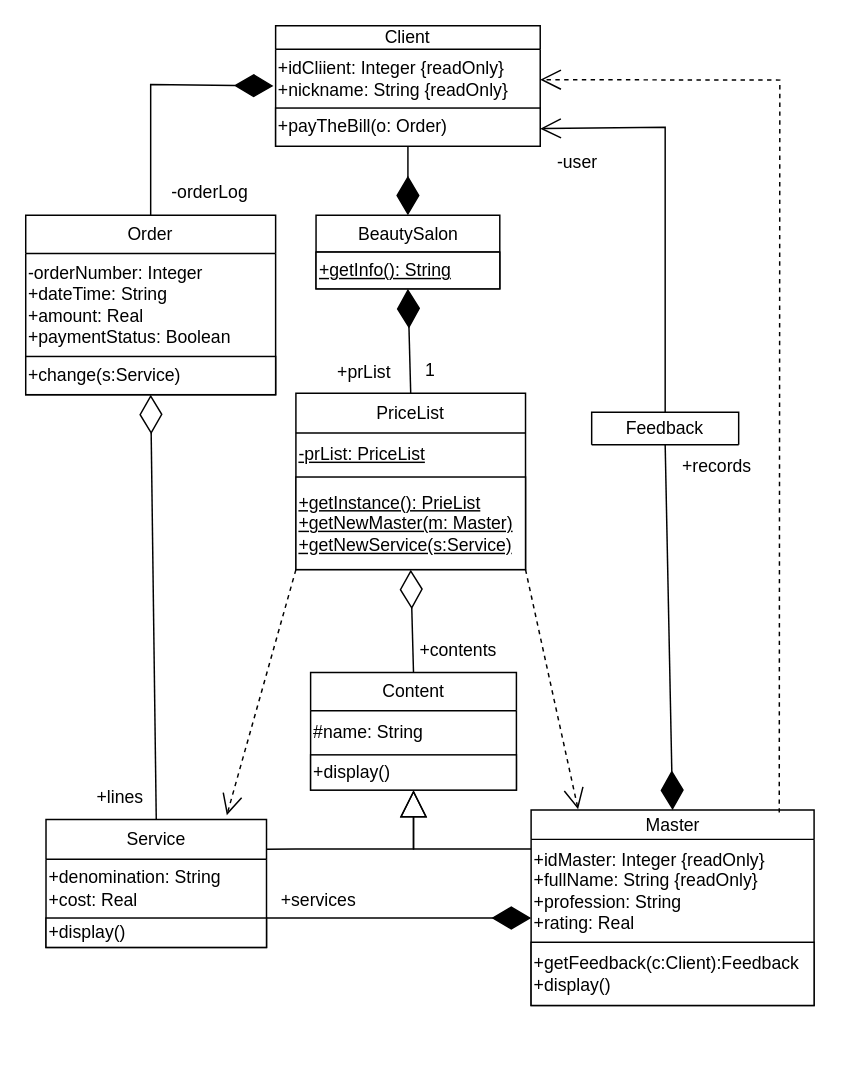
This is classUML.drawio from Artvell3000/umlLab2, a draw.io file, before an edit. Source tidied: cells renumbered, new cells numbered last; positions are measured from the earlier drawing's top-left corner, leaving out a move shared by most shapes. Both pictures are drawn from the tidied source at 147%, with x=0, y=0 at pixel (25, 25).
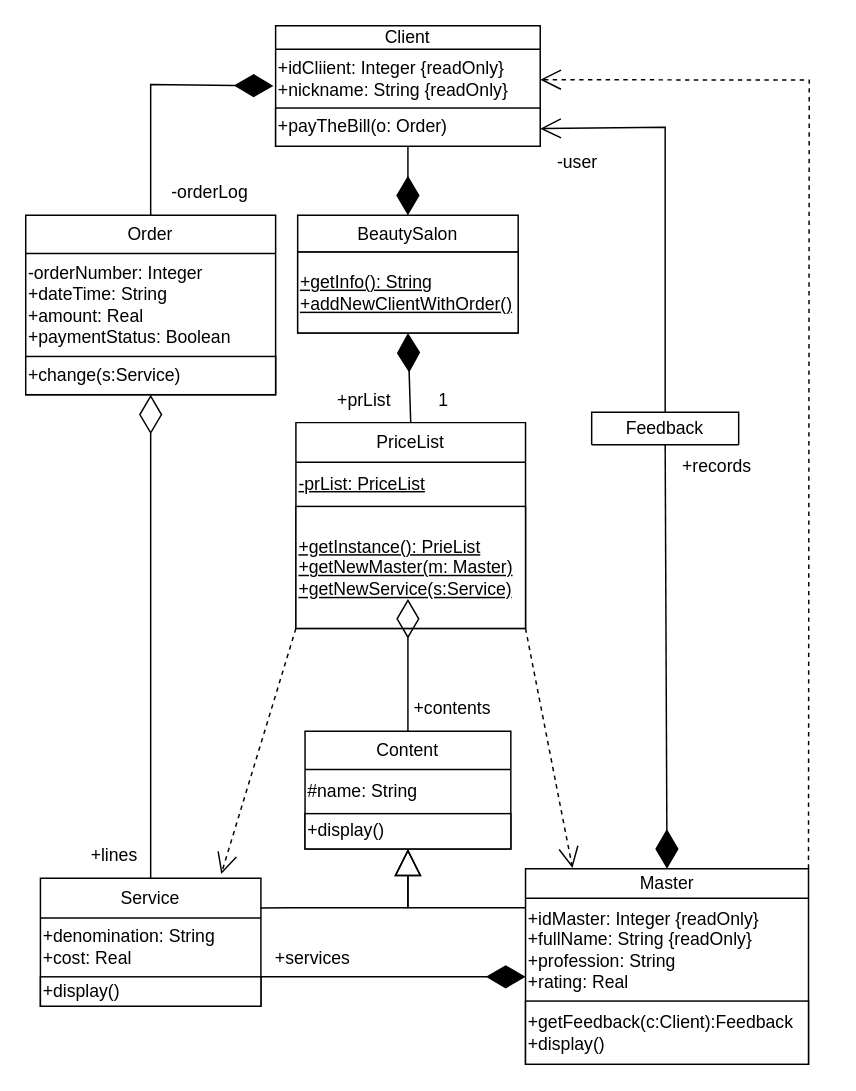
After the change.

Unchanged cells that the change refers to:
```xml
<mxCell id="7" value="+display()" style="rounded=0;whiteSpace=wrap;html=1;align=left;" parent="5" vertex="1">
  <mxGeometry y="67" width="150" height="20" as="geometry" />
</mxCell>
<mxCell id="32" value="+display()" style="rounded=0;whiteSpace=wrap;html=1;align=left;" parent="30" vertex="1">
  <mxGeometry y="56" width="140" height="24" as="geometry" />
</mxCell>
```

What changed in the source:
```diff
@@
     <mxCell id="5" value="Service" style="swimlane;fontStyle=0;horizontal=1;startSize=27;fillColor=none;whiteSpace=wrap;html=1;" parent="1" vertex="1">
-      <mxGeometry x="13.8" y="540" width="150" height="87" as="geometry" />
+      <mxGeometry x="10" y="580" width="150" height="87" as="geometry" />
     </mxCell>
@@
     <mxCell id="8" value="Master" style="swimlane;fontStyle=0;horizontal=1;startSize=20;fillColor=none;whiteSpace=wrap;html=1;" parent="1" vertex="1">
-      <mxGeometry x="343.8" y="533.5" width="192.5" height="133" as="geometry" />
+      <mxGeometry x="340" y="573.5" width="192.5" height="133" as="geometry" />
     </mxCell>
@@
     <mxCell id="14" value="BeautySalon" style="swimlane;fontStyle=0;horizontal=1;startSize=25;fillColor=none;whiteSpace=wrap;html=1;" parent="1" vertex="1">
-      <mxGeometry x="197.5" y="129" width="125" height="50" as="geometry" />
+      <mxGeometry x="185" y="129" width="150" height="80" as="geometry" />
     </mxCell>
-    <mxCell id="15" value="&lt;u&gt;+getInfo(): String&lt;/u&gt;" style="rounded=0;whiteSpace=wrap;html=1;align=left;" parent="14" vertex="1">
-      <mxGeometry y="25" width="125" height="25" as="geometry" />
+    <mxCell id="15" value="&lt;u&gt;+getInfo(): String&lt;br&gt;+addNewClientWithOrder()&lt;br&gt;&lt;/u&gt;" style="rounded=0;whiteSpace=wrap;html=1;align=left;" parent="14" vertex="1">
+      <mxGeometry y="25" width="150" height="55" as="geometry" />
     </mxCell>
@@
     <mxCell id="20" value="PriceList" style="swimlane;fontStyle=0;horizontal=1;startSize=27;fillColor=none;whiteSpace=wrap;html=1;" parent="1" vertex="1">
-      <mxGeometry x="183.8" y="250" width="156.2" height="120" as="geometry" />
+      <mxGeometry x="183.8" y="270" width="156.2" height="140" as="geometry" />
     </mxCell>
@@
     <mxCell id="22" value="&lt;div&gt;&lt;u&gt;+getInstance(): PrieList&lt;/u&gt;&lt;/div&gt;&lt;div&gt;&lt;u&gt;+getNewMaster(m: Master)&lt;/u&gt;&lt;/div&gt;&lt;div&gt;&lt;u&gt;+getNewService(s:Service)&lt;br&gt;&lt;/u&gt;&lt;/div&gt;" style="rounded=0;whiteSpace=wrap;html=1;align=left;" parent="20" vertex="1">
-      <mxGeometry y="57" width="156.2" height="63" as="geometry" />
+      <mxGeometry y="57" width="156.2" height="83" as="geometry" />
     </mxCell>
-    <mxCell id="23" style="endArrow=diamondThin;endFill=1;endSize=24;html=1;rounded=0;entryX=0.5;entryY=1;entryDx=0;entryDy=0;exitX=0.5;exitY=0;exitDx=0;exitDy=0;" parent="1" edge="1" source="20" target="14">
+    <mxCell id="23" style="endArrow=diamondThin;endFill=1;endSize=24;html=1;rounded=0;exitX=0.5;exitY=0;exitDx=0;exitDy=0;entryX=0.5;entryY=1;entryDx=0;entryDy=0;" parent="1" edge="1" source="20" target="14">
       <mxGeometry relative="1" as="geometry" />
     </mxCell>
@@
     <mxCell id="25" style="endArrow=diamondThin;endFill=1;endSize=24;html=1;rounded=0;exitX=1;exitY=0;exitDx=0;exitDy=0;entryX=1;entryY=0.9;entryDx=0;entryDy=0;entryPerimeter=0;" parent="1" edge="1" source="7">
       <mxGeometry relative="1" as="geometry">
-        <mxPoint x="343.8" y="607" as="targetPoint" />
+        <mxPoint x="340" y="647" as="targetPoint" />
       </mxGeometry>
     </mxCell>
@@
     <mxCell id="29" value="+lines" style="text;html=1;align=center;verticalAlign=middle;strokeColor=none;fillColor=none;" parent="1" vertex="1">
-      <mxGeometry x="33.8" y="510" width="60" height="30" as="geometry" />
+      <mxGeometry x="30" y="550" width="60" height="30" as="geometry" />
     </mxCell>
     <mxCell id="30" value="Content" style="swimlane;fontStyle=0;horizontal=1;startSize=26;fillColor=none;whiteSpace=wrap;html=1;" parent="1" vertex="1">
-      <mxGeometry x="193.8" y="440" width="140" height="80" as="geometry" />
+      <mxGeometry x="190" y="480" width="140" height="80" as="geometry" />
     </mxCell>
@@
-    <mxCell id="33" style="endArrow=diamondThin;endFill=0;endSize=24;html=1;rounded=0;exitX=0.5;exitY=0;exitDx=0;exitDy=0;entryX=0.5;entryY=1;entryDx=0;entryDy=0;" parent="1" edge="1" source="30" target="20">
-      <mxGeometry relative="1" as="geometry" />
+    <mxCell id="33" style="endArrow=diamondThin;endFill=0;endSize=24;html=1;rounded=0;exitX=0.5;exitY=0;exitDx=0;exitDy=0;" parent="1" edge="1" source="30">
+      <mxGeometry relative="1" as="geometry">
+        <mxPoint x="260" y="390" as="targetPoint" />
+      </mxGeometry>
     </mxCell>
     <mxCell id="34" style="endArrow=block;endSize=16;endFill=0;html=1;rounded=0;entryX=0.5;entryY=1;entryDx=0;entryDy=0;exitX=0.998;exitY=0.232;exitDx=0;exitDy=0;exitPerimeter=0;" parent="1" edge="1" source="5" target="32">
       <mxGeometry relative="1" as="geometry">
         <Array as="points">
-          <mxPoint x="183.8" y="560" />
-          <mxPoint x="263.8" y="560" />
+          <mxPoint x="180" y="600" />
+          <mxPoint x="260" y="600" />
         </Array>
       </mxGeometry>
     </mxCell>
     <mxCell id="35" style="endArrow=block;endSize=16;endFill=0;html=1;rounded=0;entryX=0.5;entryY=1;entryDx=0;entryDy=0;" parent="1" edge="1" target="32">
       <mxGeometry relative="1" as="geometry">
-        <mxPoint x="343.8" y="560" as="sourcePoint" />
+        <mxPoint x="340" y="600" as="sourcePoint" />
         <Array as="points">
-          <mxPoint x="333.8" y="560" />
-          <mxPoint x="263.8" y="560" />
+          <mxPoint x="330" y="600" />
+          <mxPoint x="260" y="600" />
         </Array>
       </mxGeometry>
     </mxCell>
     <mxCell id="36" value="1" style="text;html=1;align=center;verticalAlign=middle;strokeColor=none;fillColor=none;" parent="1" vertex="1">
-      <mxGeometry x="260" y="220" width="30" height="30" as="geometry" />
+      <mxGeometry x="269" y="240" width="30" height="30" as="geometry" />
     </mxCell>
     <mxCell id="37" value="+contents" style="text;html=1;align=center;verticalAlign=middle;strokeColor=none;fillColor=none;" parent="1" vertex="1">
-      <mxGeometry x="253.8" y="410" width="80" height="30" as="geometry" />
+      <mxGeometry x="250" y="450" width="80" height="30" as="geometry" />
     </mxCell>
     <mxCell id="38" value="+services" style="text;html=1;align=center;verticalAlign=middle;strokeColor=none;fillColor=none;" parent="1" vertex="1">
-      <mxGeometry x="163.8" y="580" width="70" height="30" as="geometry" />
+      <mxGeometry x="160" y="620" width="70" height="30" as="geometry" />
     </mxCell>
@@
-    <mxCell id="42" style="endArrow=open;endSize=12;dashed=1;html=1;rounded=0;exitX=0.877;exitY=-0.009;exitDx=0;exitDy=0;exitPerimeter=0;entryX=1;entryY=0.442;entryDx=0;entryDy=0;entryPerimeter=0;" parent="1" edge="1">
+    <mxCell id="42" style="endArrow=open;endSize=12;dashed=1;html=1;rounded=0;exitX=1;exitY=0;exitDx=0;exitDy=0;entryX=1;entryY=0.442;entryDx=0;entryDy=0;entryPerimeter=0;" parent="1" edge="1" source="8">
       <mxGeometry relative="1" as="geometry">
-        <mxPoint x="512.6" y="535.3" as="sourcePoint" />
         <mxPoint x="350" y="36.7" as="targetPoint" />
         <Array as="points">
-          <mxPoint x="513" y="37" />
+          <mxPoint x="533" y="37" />
         </Array>
       </mxGeometry>
     </mxCell>
     <mxCell id="43" value="&lt;div&gt;+prList&lt;/div&gt;" style="text;html=1;align=center;verticalAlign=middle;strokeColor=none;fillColor=none;" parent="1" vertex="1">
-      <mxGeometry x="200" y="221" width="60" height="30" as="geometry" />
+      <mxGeometry x="200" y="240" width="60" height="30" as="geometry" />
     </mxCell>
```
